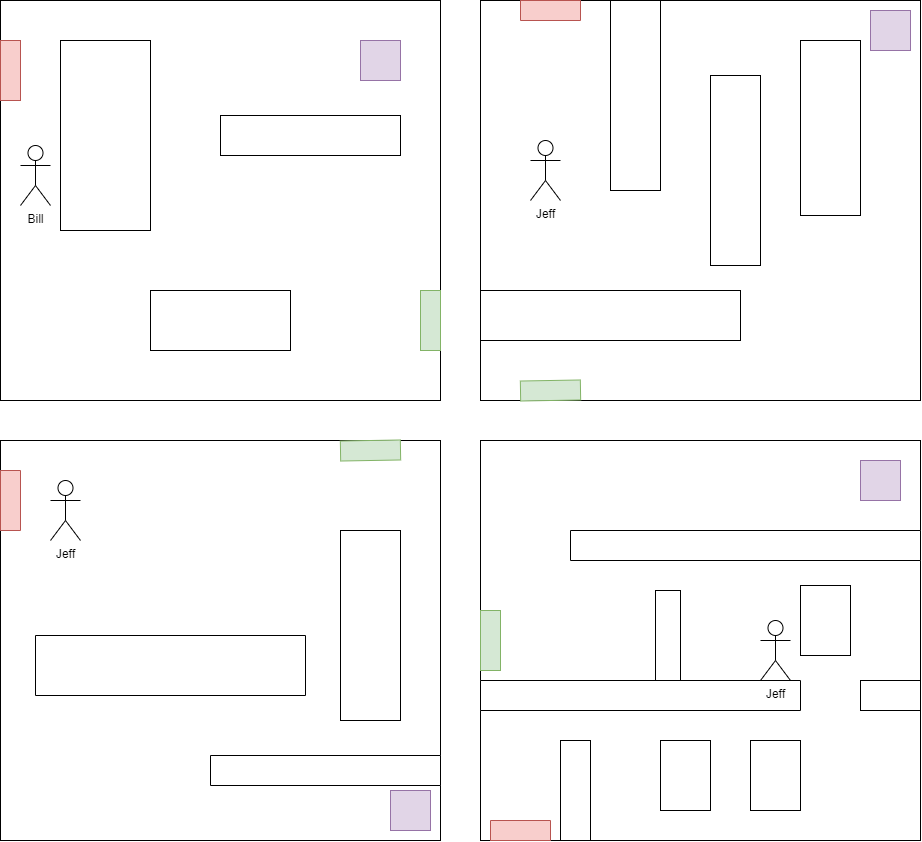
The draw.io diagram level 1.png in johannfac/A-Lone-Burglar, before a commit. Source tidied: cells renumbered, new cells last; positions are measured from the earlier drawing's top-left corner, leaving out a move shared by most shapes. Source of this version:
```xml
<mxGraphModel>
  <root>
    <mxCell id="0" />
    <mxCell id="1" parent="0" />
    <mxCell id="2" style="rounded=0;whiteSpace=wrap;html=1;" parent="1" vertex="1">
      <mxGeometry y="20" width="440" height="400" as="geometry" />
    </mxCell>
    <mxCell id="3" style="rounded=0;whiteSpace=wrap;html=1;" parent="1" vertex="1">
      <mxGeometry x="150" y="310" width="140" height="60" as="geometry" />
    </mxCell>
    <mxCell id="4" style="rounded=0;whiteSpace=wrap;html=1;" parent="1" vertex="1">
      <mxGeometry x="60" y="60" width="90" height="190" as="geometry" />
    </mxCell>
    <mxCell id="5" style="rounded=0;whiteSpace=wrap;html=1;" parent="1" vertex="1">
      <mxGeometry x="220" y="135" width="180" height="40" as="geometry" />
    </mxCell>
    <mxCell id="6" style="rounded=0;whiteSpace=wrap;html=1;fillColor=#d5e8d4;strokeColor=#82b366;" parent="1" vertex="1">
      <mxGeometry x="420" y="310" width="20" height="60" as="geometry" />
    </mxCell>
    <mxCell id="7" style="rounded=0;whiteSpace=wrap;html=1;fillColor=#f8cecc;strokeColor=#b85450;" parent="1" vertex="1">
      <mxGeometry y="60" width="20" height="60" as="geometry" />
    </mxCell>
    <mxCell id="8" style="rounded=0;whiteSpace=wrap;html=1;" parent="1" vertex="1">
      <mxGeometry x="480" y="20" width="440" height="400" as="geometry" />
    </mxCell>
    <mxCell id="9" style="rounded=0;whiteSpace=wrap;html=1;fillColor=#d5e8d4;strokeColor=#82b366;rotation=89;" parent="1" vertex="1">
      <mxGeometry x="540" y="380" width="20" height="60" as="geometry" />
    </mxCell>
    <mxCell id="10" style="rounded=0;whiteSpace=wrap;html=1;fillColor=#f8cecc;strokeColor=#b85450;rotation=90;" parent="1" vertex="1">
      <mxGeometry x="540" width="20" height="60" as="geometry" />
    </mxCell>
    <mxCell id="11" style="rounded=0;whiteSpace=wrap;html=1;" parent="1" vertex="1">
      <mxGeometry x="480" y="310" width="260" height="50" as="geometry" />
    </mxCell>
    <mxCell id="12" style="rounded=0;whiteSpace=wrap;html=1;" parent="1" vertex="1">
      <mxGeometry x="800" y="60" width="60" height="175" as="geometry" />
    </mxCell>
    <mxCell id="13" style="rounded=0;whiteSpace=wrap;html=1;" parent="1" vertex="1">
      <mxGeometry x="610" y="20" width="50" height="190" as="geometry" />
    </mxCell>
    <mxCell id="14" style="rounded=0;whiteSpace=wrap;html=1;" parent="1" vertex="1">
      <mxGeometry x="710" y="95" width="50" height="190" as="geometry" />
    </mxCell>
    <mxCell id="15" style="rounded=0;whiteSpace=wrap;html=1;fillColor=#e1d5e7;strokeColor=#9673a6;" parent="1" vertex="1">
      <mxGeometry x="360" y="60" width="40" height="40" as="geometry" />
    </mxCell>
    <mxCell id="16" value="Jeff" style="shape=umlActor;verticalLabelPosition=bottom;verticalAlign=top;html=1;" parent="1" vertex="1">
      <mxGeometry x="530" y="160" width="30" height="60" as="geometry" />
    </mxCell>
    <mxCell id="17" value="Bill" style="shape=umlActor;verticalLabelPosition=bottom;verticalAlign=top;html=1;" parent="1" vertex="1">
      <mxGeometry x="20" y="165" width="30" height="60" as="geometry" />
    </mxCell>
    <mxCell id="18" style="rounded=0;whiteSpace=wrap;html=1;fillColor=#e1d5e7;strokeColor=#9673a6;" parent="1" vertex="1">
      <mxGeometry x="870" y="30" width="40" height="40" as="geometry" />
    </mxCell>
    <mxCell id="19" style="rounded=0;whiteSpace=wrap;html=1;" parent="1" vertex="1">
      <mxGeometry y="460" width="440" height="400" as="geometry" />
    </mxCell>
    <mxCell id="20" style="rounded=0;whiteSpace=wrap;html=1;" parent="1" vertex="1">
      <mxGeometry x="480" y="460" width="440" height="400" as="geometry" />
    </mxCell>
    <mxCell id="21" value="Jeff" style="shape=umlActor;verticalLabelPosition=bottom;verticalAlign=top;html=1;" parent="1" vertex="1">
      <mxGeometry x="50" y="500" width="30" height="60" as="geometry" />
    </mxCell>
    <mxCell id="22" style="rounded=0;whiteSpace=wrap;html=1;fillColor=#d5e8d4;strokeColor=#82b366;rotation=89;" parent="1" vertex="1">
      <mxGeometry x="360" y="440" width="20" height="60" as="geometry" />
    </mxCell>
    <mxCell id="23" style="rounded=0;whiteSpace=wrap;html=1;fillColor=#f8cecc;strokeColor=#b85450;rotation=-180;" parent="1" vertex="1">
      <mxGeometry y="490" width="20" height="60" as="geometry" />
    </mxCell>
    <mxCell id="24" style="rounded=0;whiteSpace=wrap;html=1;" parent="1" vertex="1">
      <mxGeometry x="340" y="550" width="60" height="190" as="geometry" />
    </mxCell>
    <mxCell id="25" style="rounded=0;whiteSpace=wrap;html=1;rotation=-90;" parent="1" vertex="1">
      <mxGeometry x="140" y="550" width="60" height="270" as="geometry" />
    </mxCell>
    <mxCell id="26" style="rounded=0;whiteSpace=wrap;html=1;rotation=-90;" parent="1" vertex="1">
      <mxGeometry x="310" y="675" width="30" height="230" as="geometry" />
    </mxCell>
    <mxCell id="27" style="rounded=0;whiteSpace=wrap;html=1;fillColor=#e1d5e7;strokeColor=#9673a6;" parent="1" vertex="1">
      <mxGeometry x="390" y="810" width="40" height="40" as="geometry" />
    </mxCell>
    <mxCell id="28" style="rounded=0;whiteSpace=wrap;html=1;fillColor=#d5e8d4;strokeColor=#82b366;rotation=0;" parent="1" vertex="1">
      <mxGeometry x="480" y="630" width="20" height="60" as="geometry" />
    </mxCell>
    <mxCell id="29" style="rounded=0;whiteSpace=wrap;html=1;fillColor=#f8cecc;strokeColor=#b85450;rotation=-90;" parent="1" vertex="1">
      <mxGeometry x="510" y="820" width="20" height="60" as="geometry" />
    </mxCell>
    <mxCell id="30" style="rounded=0;whiteSpace=wrap;html=1;rotation=-90;" parent="1" vertex="1">
      <mxGeometry x="625" y="555" width="30" height="320" as="geometry" />
    </mxCell>
    <mxCell id="31" style="rounded=0;whiteSpace=wrap;html=1;rotation=0;" parent="1" vertex="1">
      <mxGeometry x="560" y="760" width="30" height="100" as="geometry" />
    </mxCell>
    <mxCell id="32" style="rounded=0;whiteSpace=wrap;html=1;rotation=-90;" parent="1" vertex="1">
      <mxGeometry x="730" y="390" width="30" height="350" as="geometry" />
    </mxCell>
    <mxCell id="33" style="rounded=0;whiteSpace=wrap;html=1;fillColor=#e1d5e7;strokeColor=#9673a6;" parent="1" vertex="1">
      <mxGeometry x="860" y="480" width="40" height="40" as="geometry" />
    </mxCell>
    <mxCell id="34" style="rounded=0;whiteSpace=wrap;html=1;rotation=0;" parent="1" vertex="1">
      <mxGeometry x="660" y="760" width="50" height="70" as="geometry" />
    </mxCell>
    <mxCell id="35" style="rounded=0;whiteSpace=wrap;html=1;rotation=0;" parent="1" vertex="1">
      <mxGeometry x="750" y="760" width="50" height="70" as="geometry" />
    </mxCell>
    <mxCell id="36" style="rounded=0;whiteSpace=wrap;html=1;rotation=0;" parent="1" vertex="1">
      <mxGeometry x="860" y="700" width="60" height="30" as="geometry" />
    </mxCell>
    <mxCell id="37" style="rounded=0;whiteSpace=wrap;html=1;rotation=0;" parent="1" vertex="1">
      <mxGeometry x="655" y="610" width="25" height="90" as="geometry" />
    </mxCell>
    <mxCell id="38" style="rounded=0;whiteSpace=wrap;html=1;rotation=0;" parent="1" vertex="1">
      <mxGeometry x="800" y="605" width="50" height="70" as="geometry" />
    </mxCell>
    <mxCell id="39" value="Jeff" style="shape=umlActor;verticalLabelPosition=bottom;verticalAlign=top;html=1;" parent="1" vertex="1">
      <mxGeometry x="760" y="640" width="30" height="60" as="geometry" />
    </mxCell>
  </root>
</mxGraphModel>
```
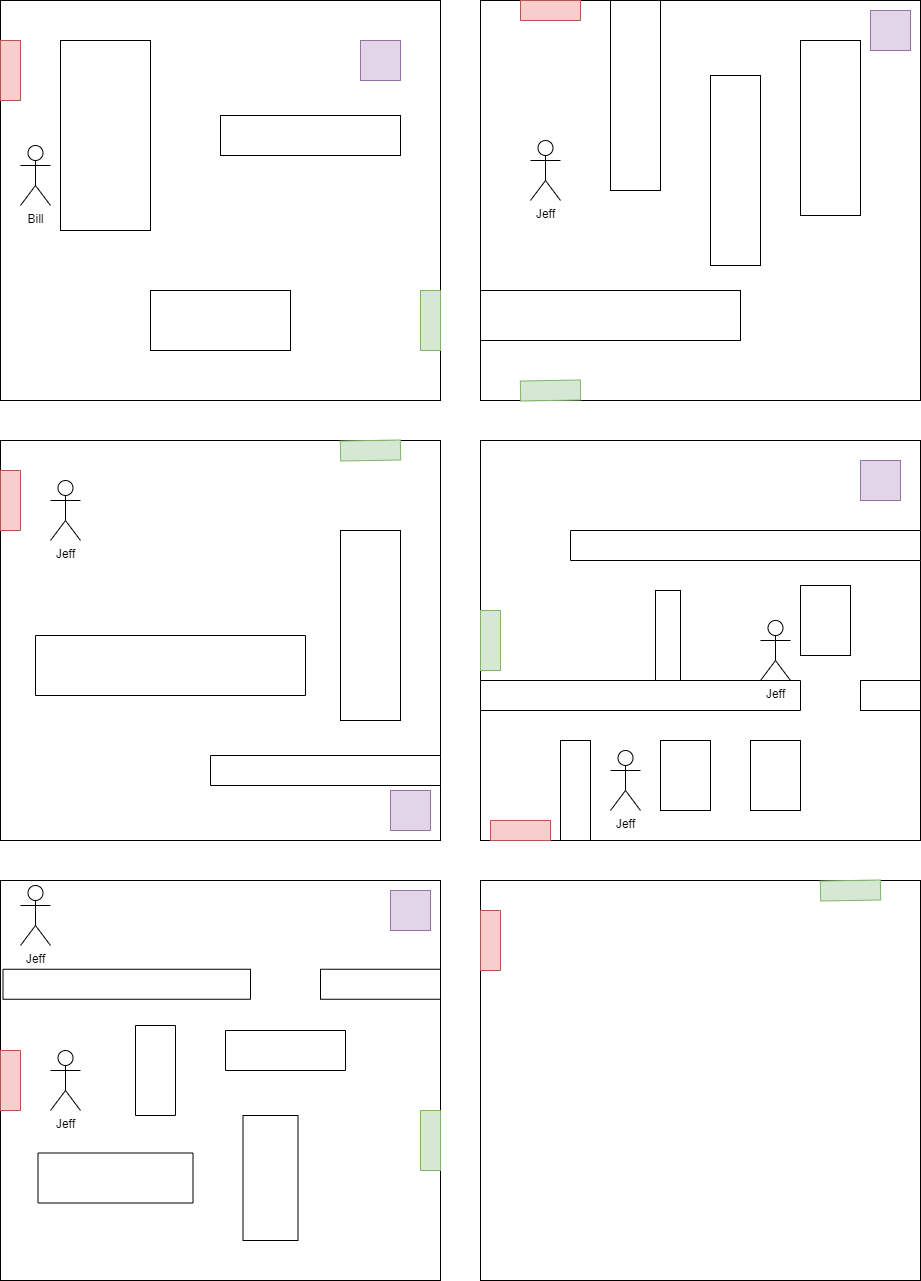
Later version of the same file.

The edit, as a diff of the source:
```diff
@@ -116,5 +116,53 @@
     <mxCell id="39" value="Jeff" style="shape=umlActor;verticalLabelPosition=bottom;verticalAlign=top;html=1;" parent="1" vertex="1">
       <mxGeometry x="760" y="640" width="30" height="60" as="geometry" />
     </mxCell>
+    <mxCell id="40" style="rounded=0;whiteSpace=wrap;html=1;" parent="1" vertex="1">
+      <mxGeometry y="900" width="440" height="400" as="geometry" />
+    </mxCell>
+    <mxCell id="41" style="rounded=0;whiteSpace=wrap;html=1;fillColor=#f8cecc;strokeColor=#b85450;rotation=-180;" parent="1" vertex="1">
+      <mxGeometry y="1070" width="20" height="60" as="geometry" />
+    </mxCell>
+    <mxCell id="42" style="rounded=0;whiteSpace=wrap;html=1;fillColor=#d5e8d4;strokeColor=#82b366;rotation=-180;" parent="1" vertex="1">
+      <mxGeometry x="420" y="1130" width="20" height="60" as="geometry" />
+    </mxCell>
+    <mxCell id="43" style="rounded=0;whiteSpace=wrap;html=1;" parent="1" vertex="1">
+      <mxGeometry x="480" y="900" width="440" height="400" as="geometry" />
+    </mxCell>
+    <mxCell id="44" style="rounded=0;whiteSpace=wrap;html=1;fillColor=#f8cecc;strokeColor=#b85450;rotation=-180;" parent="1" vertex="1">
+      <mxGeometry x="480" y="930" width="20" height="60" as="geometry" />
+    </mxCell>
+    <mxCell id="45" style="rounded=0;whiteSpace=wrap;html=1;fillColor=#d5e8d4;strokeColor=#82b366;rotation=89;" parent="1" vertex="1">
+      <mxGeometry x="840" y="880" width="20" height="60" as="geometry" />
+    </mxCell>
+    <mxCell id="46" style="rounded=0;whiteSpace=wrap;html=1;" parent="1" vertex="1">
+      <mxGeometry x="320" y="988.8" width="120" height="30" as="geometry" />
+    </mxCell>
+    <mxCell id="47" style="rounded=0;whiteSpace=wrap;html=1;fillColor=#e1d5e7;strokeColor=#9673a6;" parent="1" vertex="1">
+      <mxGeometry x="390" y="910" width="40" height="40" as="geometry" />
+    </mxCell>
+    <mxCell id="48" style="rounded=0;whiteSpace=wrap;html=1;rotation=90;" parent="1" vertex="1">
+      <mxGeometry x="265" y="1010" width="40" height="120" as="geometry" />
+    </mxCell>
+    <mxCell id="49" style="rounded=0;whiteSpace=wrap;html=1;rotation=90;" parent="1" vertex="1">
+      <mxGeometry x="111.2" y="880" width="30" height="247.5" as="geometry" />
+    </mxCell>
+    <mxCell id="50" value="Jeff" style="shape=umlActor;verticalLabelPosition=bottom;verticalAlign=top;html=1;" parent="1" vertex="1">
+      <mxGeometry x="20" y="905" width="30" height="60" as="geometry" />
+    </mxCell>
+    <mxCell id="51" style="rounded=0;whiteSpace=wrap;html=1;rotation=90;" parent="1" vertex="1">
+      <mxGeometry x="207.5" y="1170" width="125" height="55" as="geometry" />
+    </mxCell>
+    <mxCell id="52" value="Jeff" style="shape=umlActor;verticalLabelPosition=bottom;verticalAlign=top;html=1;" parent="1" vertex="1">
+      <mxGeometry x="50" y="1070" width="30" height="60" as="geometry" />
+    </mxCell>
+    <mxCell id="53" style="rounded=0;whiteSpace=wrap;html=1;rotation=90;" parent="1" vertex="1">
+      <mxGeometry x="110" y="1070" width="90" height="40" as="geometry" />
+    </mxCell>
+    <mxCell id="54" style="rounded=0;whiteSpace=wrap;html=1;rotation=90;" parent="1" vertex="1">
+      <mxGeometry x="90" y="1120" width="50" height="155" as="geometry" />
+    </mxCell>
+    <mxCell id="55" value="Jeff" style="shape=umlActor;verticalLabelPosition=bottom;verticalAlign=top;html=1;" parent="1" vertex="1">
+      <mxGeometry x="610" y="770" width="30" height="60" as="geometry" />
+    </mxCell>
   </root>
 </mxGraphModel>
```
